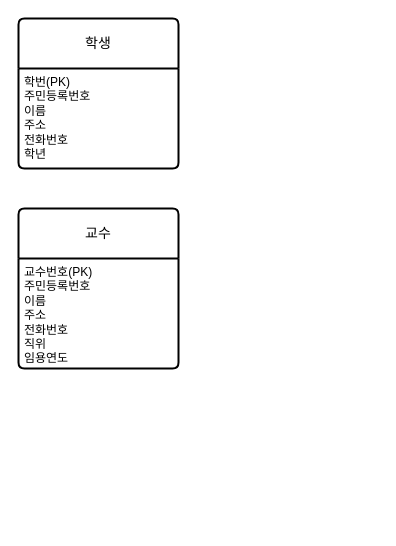
This is 제목 없는 다이어그램.drawio from iniyo/DB_Design, a draw.io file, before an edit. Source tidied: cells renumbered, new cells numbered last; positions are measured from the earlier drawing's top-left corner, leaving out a move shared by most shapes. Both pictures are drawn from the tidied source at 100%, with x=0, y=0 at pixel (18, 18).
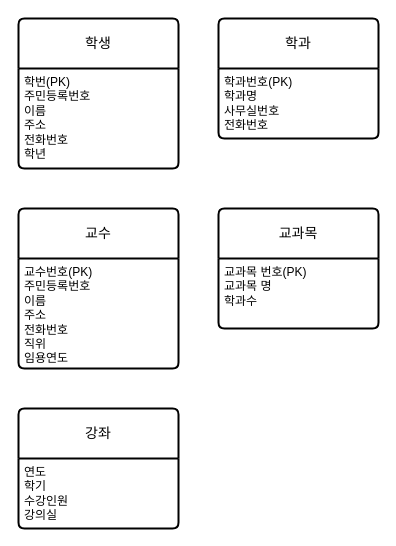
After the change.

Commit message:
개체 및 속성 추출 결과

Diff of the diagram source:
```diff
@@
 <mxGraphModel>
   <root>
     <mxCell id="0" />
     <mxCell id="1" parent="0" />
     <mxCell id="2" value="학생" style="swimlane;horizontal=1;startSize=50;rounded=1;fontSize=14;fontStyle=0;strokeWidth=2;shadow=0;dashed=0;align=center;arcSize=4;whiteSpace=wrap;html=1;" parent="1" vertex="1">
       <mxGeometry width="160" height="150" as="geometry" />
     </mxCell>
     <mxCell id="3" value="학번(PK)&lt;br&gt;주민등록번호&lt;br&gt;이름&lt;br&gt;주소&lt;br&gt;전화번호&lt;br&gt;학년" style="align=left;strokeColor=none;fillColor=none;spacingLeft=4;fontSize=12;verticalAlign=top;html=1;" parent="2" vertex="1">
       <mxGeometry y="50" width="160" height="100" as="geometry" />
     </mxCell>
     <mxCell id="4" value="교수" style="swimlane;horizontal=1;startSize=50;rounded=1;fontSize=14;fontStyle=0;strokeWidth=2;shadow=0;dashed=0;align=center;arcSize=4;whiteSpace=wrap;html=1;" parent="1" vertex="1">
       <mxGeometry y="190" width="160" height="160" as="geometry" />
     </mxCell>
     <mxCell id="5" value="교수번호(PK)&lt;br&gt;주민등록번호&lt;br&gt;이름&lt;br&gt;주소&lt;br&gt;전화번호&lt;br&gt;직위&lt;br&gt;임용연도" style="align=left;strokeColor=none;fillColor=none;spacingLeft=4;fontSize=12;verticalAlign=top;html=1;" parent="4" vertex="1">
       <mxGeometry y="50" width="160" height="110" as="geometry" />
     </mxCell>
+    <mxCell id="6" value="학과" style="swimlane;horizontal=1;startSize=50;rounded=1;fontSize=14;fontStyle=0;strokeWidth=2;shadow=0;dashed=0;align=center;arcSize=4;whiteSpace=wrap;html=1;" parent="1" vertex="1">
+      <mxGeometry x="200" width="160" height="120" as="geometry" />
+    </mxCell>
+    <mxCell id="7" value="학과번호(PK)&lt;br&gt;학과명&lt;br&gt;사무실번호&lt;br&gt;전화번호" style="align=left;strokeColor=none;fillColor=none;spacingLeft=4;fontSize=12;verticalAlign=top;html=1;" parent="6" vertex="1">
+      <mxGeometry y="50" width="160" height="70" as="geometry" />
+    </mxCell>
+    <mxCell id="8" value="교과목" style="swimlane;horizontal=1;startSize=50;rounded=1;fontSize=14;fontStyle=0;strokeWidth=2;shadow=0;dashed=0;align=center;arcSize=4;whiteSpace=wrap;html=1;" parent="1" vertex="1">
+      <mxGeometry x="200" y="190" width="160" height="120" as="geometry" />
+    </mxCell>
+    <mxCell id="9" value="교과목 번호(PK)&lt;br&gt;교과목 명&lt;br&gt;학과수" style="align=left;strokeColor=none;fillColor=none;spacingLeft=4;fontSize=12;verticalAlign=top;html=1;" parent="8" vertex="1">
+      <mxGeometry y="50" width="160" height="70" as="geometry" />
+    </mxCell>
+    <mxCell id="10" value="강좌" style="swimlane;horizontal=1;startSize=50;rounded=1;fontSize=14;fontStyle=0;strokeWidth=2;shadow=0;dashed=0;align=center;arcSize=4;whiteSpace=wrap;html=1;" parent="1" vertex="1">
+      <mxGeometry y="390" width="160" height="120" as="geometry" />
+    </mxCell>
+    <mxCell id="11" value="연도&lt;br&gt;학기&lt;br&gt;수강인원&lt;br&gt;강의실" style="align=left;strokeColor=none;fillColor=none;spacingLeft=4;fontSize=12;verticalAlign=top;html=1;" parent="10" vertex="1">
+      <mxGeometry y="50" width="160" height="70" as="geometry" />
+    </mxCell>
   </root>
 </mxGraphModel>
```
